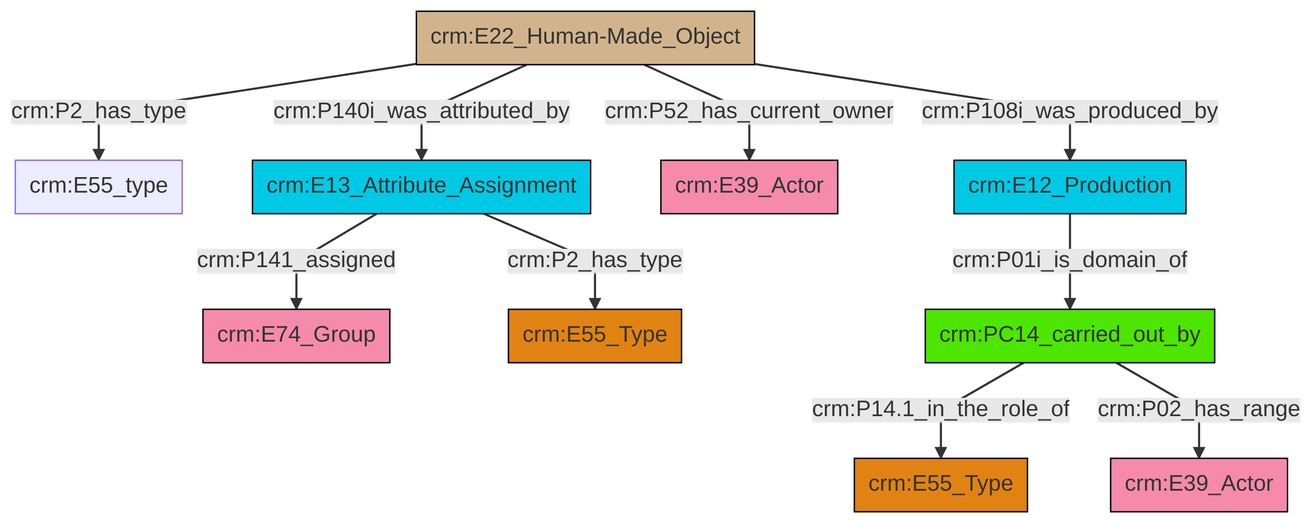
This is et/builtWorkCSV/ttl/mmd/png/Built_Work_actor_relations.png from swiss-art-research-net/docs.swissartresearch, a Mermaid export, as it was before one commit. Its source is kept beside it as et/builtWorkCSV/ttl/mmd/Built_Work_actor_relations.ttl.mmd.
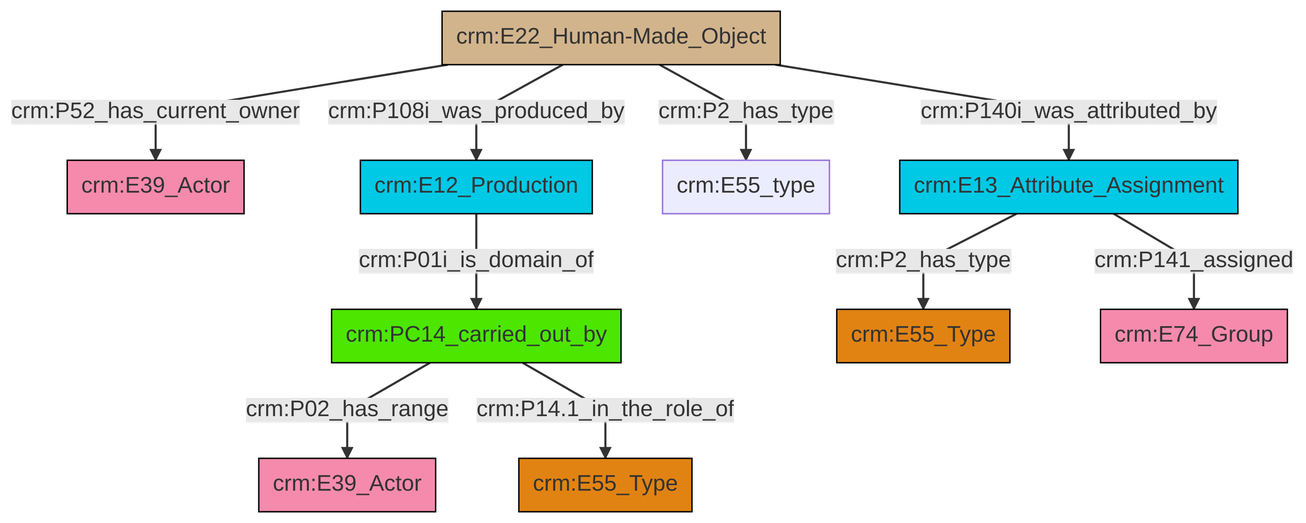
The same file after the commit.

Change to the diagram source:
```diff
@@ -13,12 +13,12 @@
 classDef PC_Classes fill:#4ce600, stroke:#000000;
 classDef Multi fill:#cccccc,stroke:#000000;
 
-2["crm:E22_Human-Made_Object"]:::Physical_Thing -->|crm:P2_has_type| 3["crm:E55_type"]:::Default
-9["crm:E12_Production"]:::Temporal_Entity -->|crm:P01i_is_domain_of| 10["crm:PC14_carried_out_by"]:::PC_Classes
-2["crm:E22_Human-Made_Object"]:::Physical_Thing -->|crm:P140i_was_attributed_by| 0["crm:E13_Attribute_Assignment"]:::Temporal_Entity
-10["crm:PC14_carried_out_by"]:::PC_Classes -->|crm:P14.1_in_the_role_of| 4["crm:E55_Type"]:::Type
-0["crm:E13_Attribute_Assignment"]:::Temporal_Entity -->|crm:P141_assigned| 6["crm:E74_Group"]:::Actor
-0["crm:E13_Attribute_Assignment"]:::Temporal_Entity -->|crm:P2_has_type| 13["crm:E55_Type"]:::Type
-2["crm:E22_Human-Made_Object"]:::Physical_Thing -->|crm:P52_has_current_owner| 11["crm:E39_Actor"]:::Actor
-10["crm:PC14_carried_out_by"]:::PC_Classes -->|crm:P02_has_range| 17["crm:E39_Actor"]:::Actor
-2["crm:E22_Human-Made_Object"]:::Physical_Thing -->|crm:P108i_was_produced_by| 9["crm:E12_Production"]:::Temporal_Entity
+0["crm:E22_Human-Made_Object"]:::Physical_Thing -->|crm:P52_has_current_owner| 1["crm:E39_Actor"]:::Actor
+2["crm:PC14_carried_out_by"]:::PC_Classes -->|crm:P02_has_range| 3["crm:E39_Actor"]:::Actor
+0["crm:E22_Human-Made_Object"]:::Physical_Thing -->|crm:P140i_was_attributed_by| 5["crm:E13_Attribute_Assignment"]:::Temporal_Entity
+0["crm:E22_Human-Made_Object"]:::Physical_Thing -->|crm:P2_has_type| 6["crm:E55_type"]:::Default
+5["crm:E13_Attribute_Assignment"]:::Temporal_Entity -->|crm:P2_has_type| 12["crm:E55_Type"]:::Type
+14["crm:E12_Production"]:::Temporal_Entity -->|crm:P01i_is_domain_of| 2["crm:PC14_carried_out_by"]:::PC_Classes
+0["crm:E22_Human-Made_Object"]:::Physical_Thing -->|crm:P108i_was_produced_by| 14["crm:E12_Production"]:::Temporal_Entity
+2["crm:PC14_carried_out_by"]:::PC_Classes -->|crm:P14.1_in_the_role_of| 8["crm:E55_Type"]:::Type
+5["crm:E13_Attribute_Assignment"]:::Temporal_Entity -->|crm:P141_assigned| 17["crm:E74_Group"]:::Actor
```
